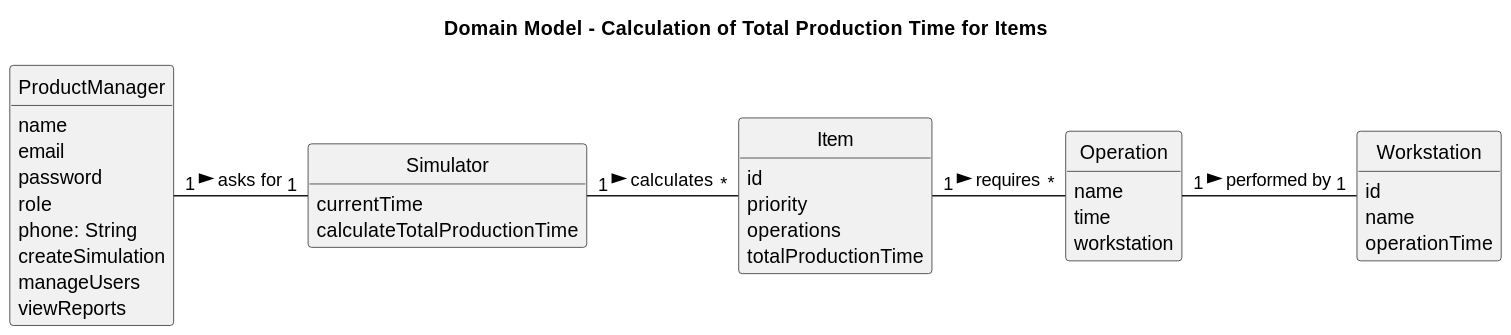
Earlier version of the PlantUML export Sprint2/documentation/USEI10/02.analysis/svg/USEI10-domain-model.svg (AmirMasnavi/Industrial-Production-Simulator).
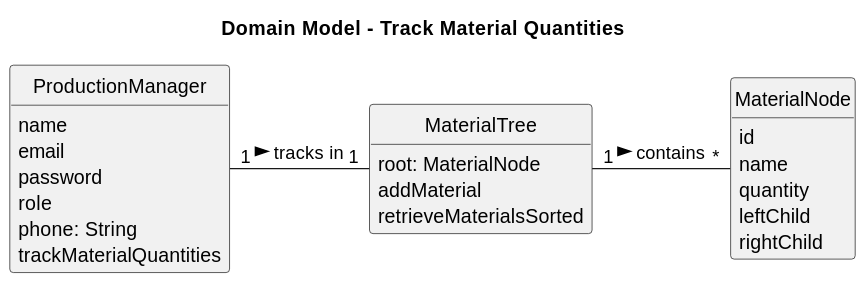
Above is the later version.

What changed in the source:
```diff
@@ -2,51 +2,36 @@
 skinparam monochrome true
 skinparam packageStyle rectangle
 skinparam shadowing false
-
 skinparam classAttributeIconSize 0
 
 hide circle
 hide methods
 
-title Domain Model - Calculation of Total Production Time for Items
+title Domain Model - Track Material Quantities
 
-class ProductManager {
+class ProductionManager {
     name
     email
     password
     role
     phone: String
-    createSimulation
-    manageUsers
-    viewReports
-    }
-
-class Simulator {
-    currentTime
-    calculateTotalProductionTime
+    trackMaterialQuantities
 }
 
-class Item {
-    id
-    priority
-    operations
-    totalProductionTime
+class MaterialTree {
+    root: MaterialNode
+    addMaterial
+    retrieveMaterialsSorted
 }
 
-class Operation {
+class MaterialNode {
+    id
     name
-    time
-    workstation
+    quantity
+    leftChild
+    rightChild
 }
 
-class Workstation {
-    id
-    name
-    operationTime
-}
-
-ProductManager "1" - "1" Simulator : asks for >
-Simulator "1" - "*" Item : calculates >
-Item "1" - "*" Operation : requires >
-Operation "1" - "1" Workstation : performed by >
+ProductionManager "1" - "1" MaterialTree : tracks in >
+MaterialTree "1" - "*" MaterialNode : contains >
 @enduml
```
